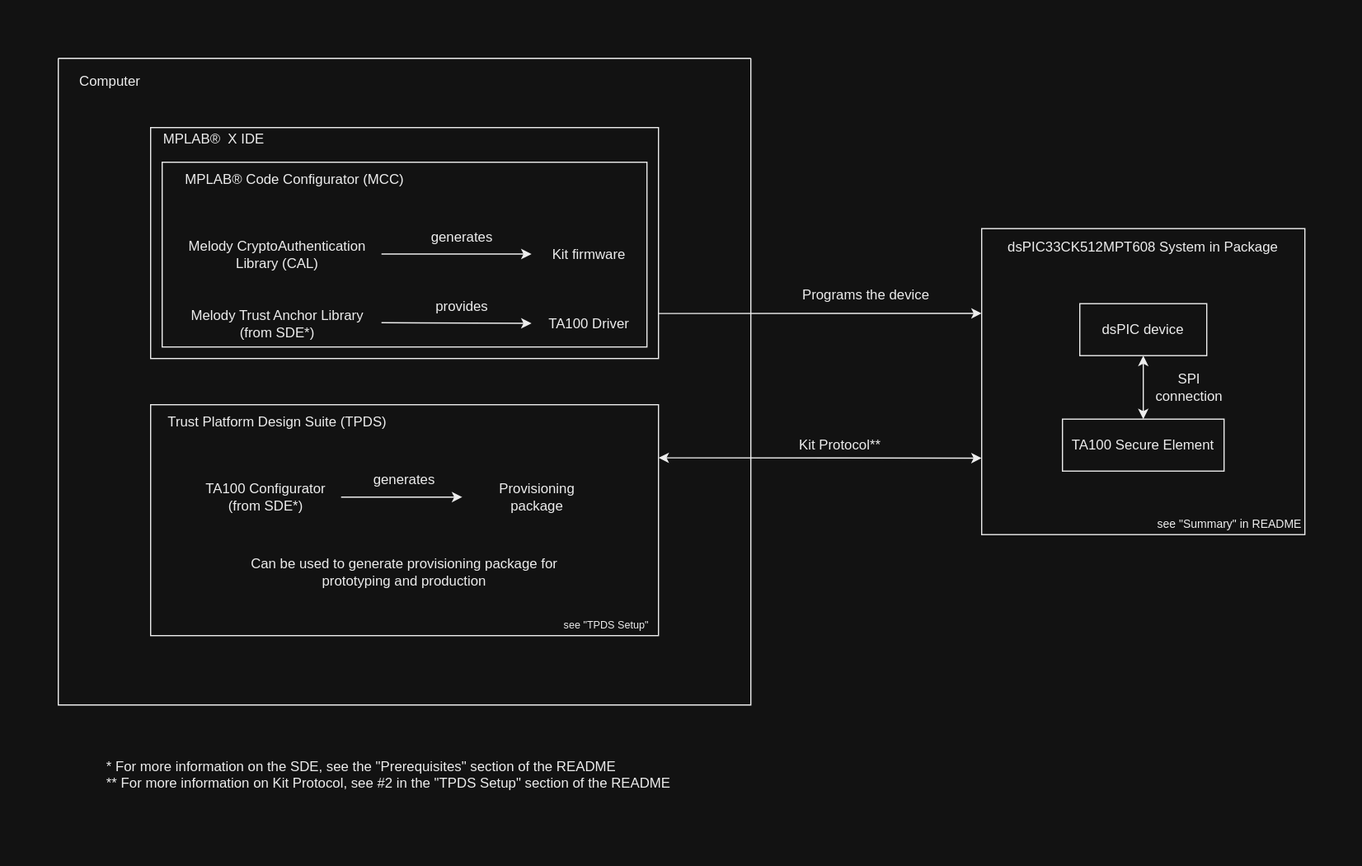
Before: images/code_example_diagram_dark.svg, a diagram exported from draw.io (microchip-pic-avr-examples/dspic33ck512mpt608-provision-prototyping). Source tidied: cells renumbered, new cells last; positions are measured from the earlier drawing's top-left corner, leaving out a move shared by most shapes.
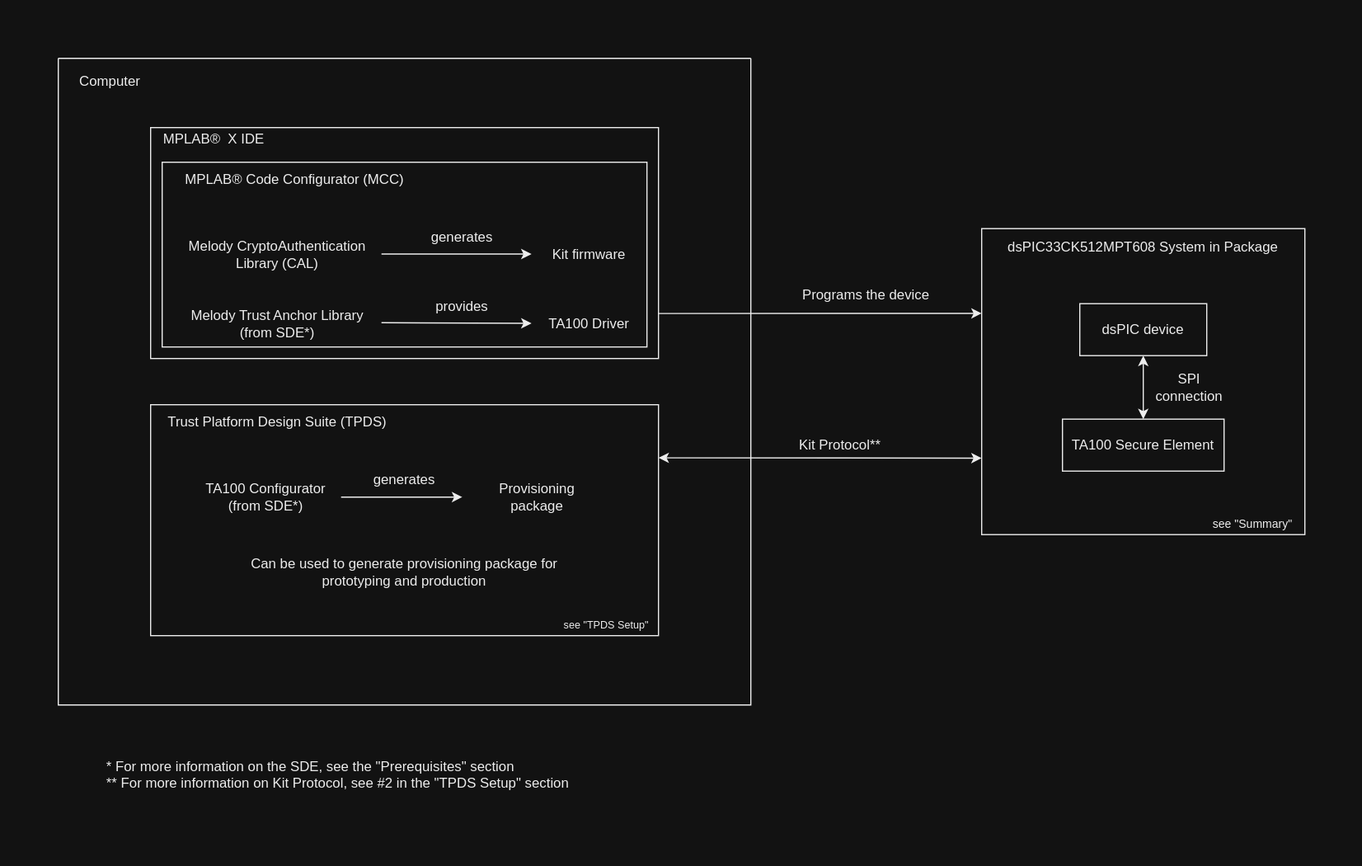
After the commit.

What changed in the source:
```diff
@@ -104,11 +104,11 @@
     <mxCell id="31" value="Kit Protocol**" style="text;align=center;fillColor=none;html=1;verticalAlign=middle;whiteSpace=wrap;rounded=0;" parent="1" vertex="1">
       <mxGeometry x="680" y="370" width="95" height="30" as="geometry" />
     </mxCell>
-    <mxCell id="32" value="* For more information on the SDE, see the &quot;Prerequisites&quot; section of the README&lt;br&gt;** For more information on Kit Protocol, see #2 in the &quot;TPDS Setup&quot; section of the README" style="text;align=left;fillColor=none;html=1;verticalAlign=top;whiteSpace=wrap;rounded=0;" parent="1" vertex="1">
+    <mxCell id="32" value="* For more information on the SDE, see the &quot;Prerequisites&quot; section&lt;br&gt;** For more information on Kit Protocol, see #2 in the &quot;TPDS Setup&quot; section" style="text;align=left;fillColor=none;html=1;verticalAlign=top;whiteSpace=wrap;rounded=0;" parent="1" vertex="1">
       <mxGeometry x="90" y="650" width="500" height="100" as="geometry" />
     </mxCell>
-    <mxCell id="33" value="&lt;font style=&quot;font-size: 10px;&quot;&gt;see &quot;Summary&quot; in README&lt;/font&gt;" style="text;align=center;fillColor=none;html=1;verticalAlign=middle;whiteSpace=wrap;rounded=0;" parent="1" vertex="1">
-      <mxGeometry x="1000" y="442.5" width="130" height="20" as="geometry" />
+    <mxCell id="33" value="&lt;font style=&quot;font-size: 10px;&quot;&gt;see &quot;Summary&quot;&lt;/font&gt;" style="text;align=center;fillColor=none;html=1;verticalAlign=middle;whiteSpace=wrap;rounded=0;" parent="1" vertex="1">
+      <mxGeometry x="1040" y="442.5" width="90" height="20" as="geometry" />
     </mxCell>
     <mxCell id="34" style="rounded=0;whiteSpace=wrap;html=1;fillColor=none;strokeColor=none;" parent="1" vertex="1">
       <mxGeometry width="1180" height="40" as="geometry" />
```
